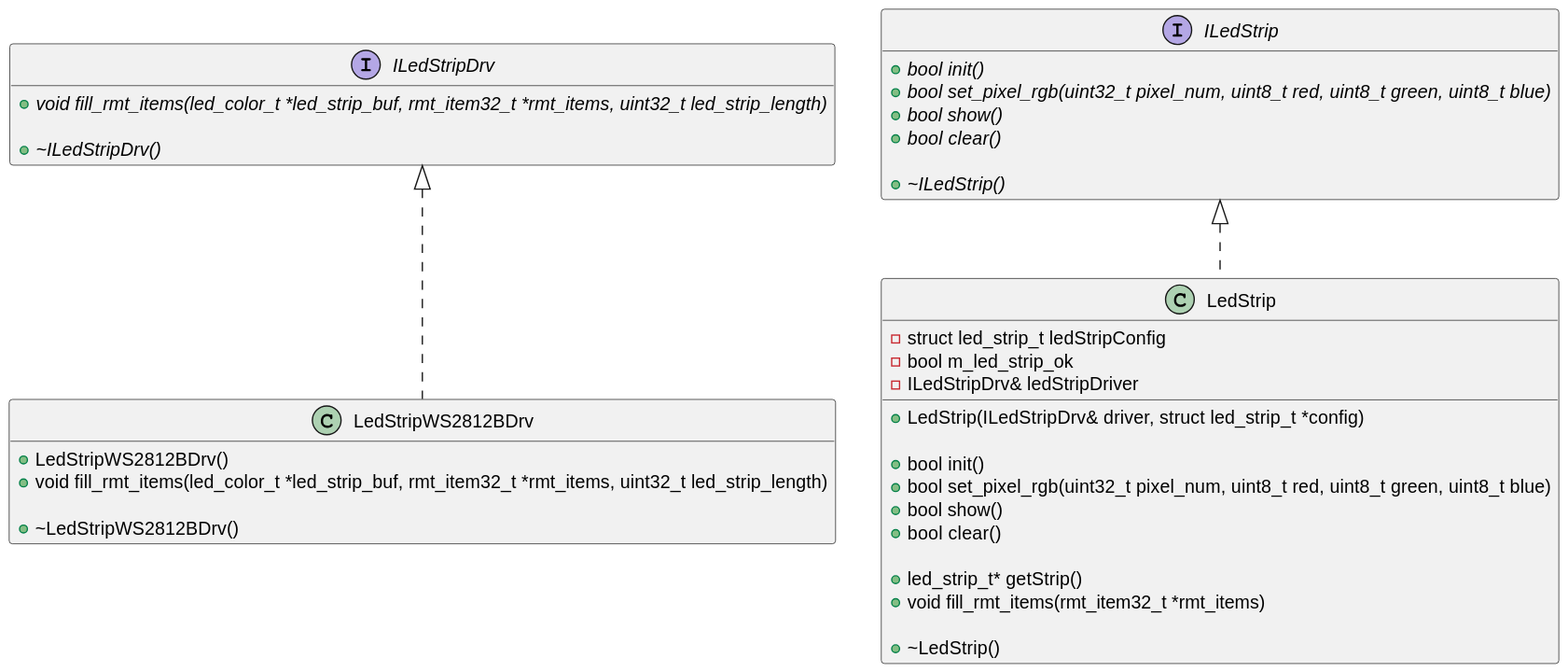
Earlier version of the PlantUML export iot_espdif/doc/led_strip_class_diagram.svg (adrianhopa2/embeddedGL2024).
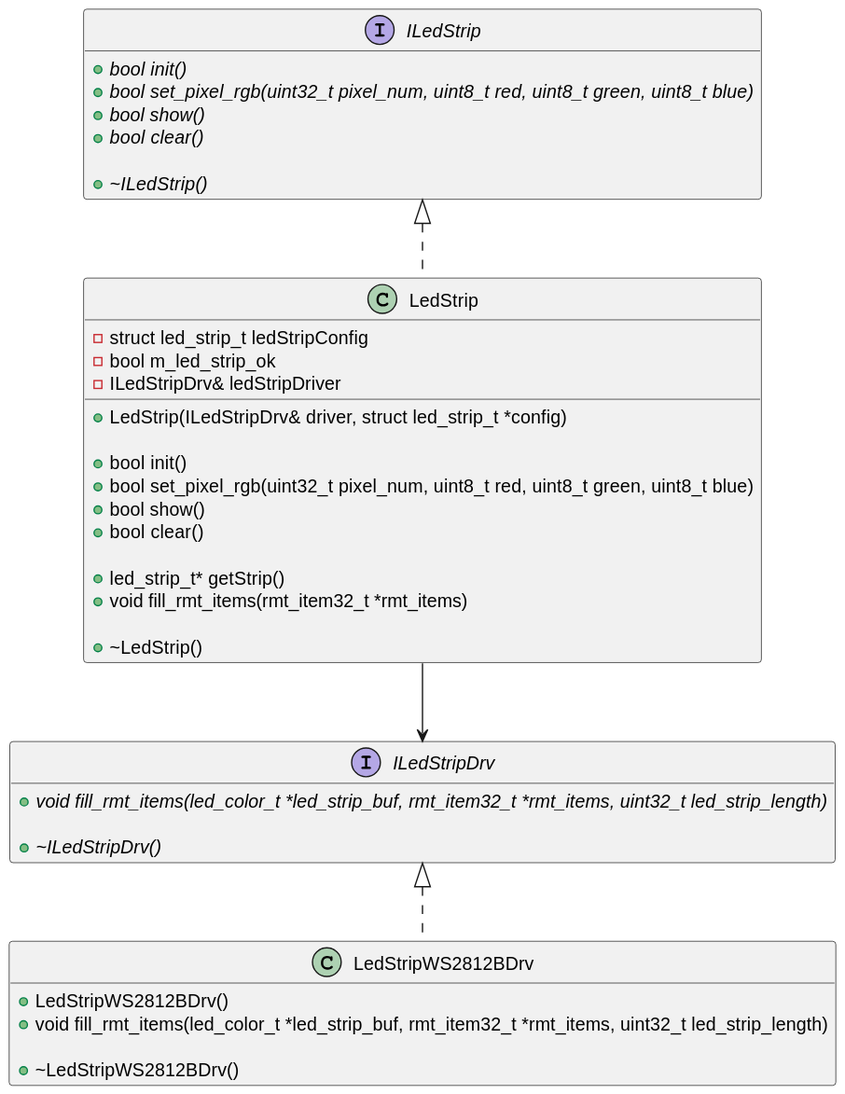
The same diagram one commit later.

Commit message:
missing relation

What changed in the source:
```diff
@@ -47,4 +47,6 @@
 hide ILedStripDrv fields
 hide ILedStrip fields
 hide LedStripWS2812BDrv fields
+
+LedStrip --> ILedStripDrv
 @enduml
```
